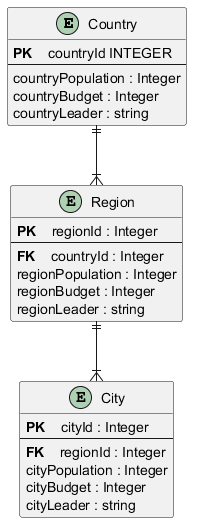
The PlantUML diagram FirstTaskProj/docs/ERD.png in RoboAv/ITE, before a commit.
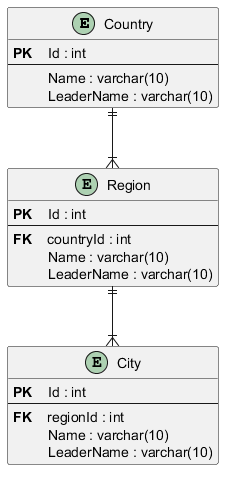
The same file after the commit.

The edit, as a diff of the source:
```diff
@@ -2,37 +2,34 @@
 
 skinparam linetype ortho
 
-!define Table(name,desc) class name as "desc" << (T,#FFAAAA) >>
 !define primary_key(x) <b>PK</b>    x
 !define foreign_key(x) <b>FK</b>    x
+!define field(x) \t x
 !define not_null(x) <u>x</u>
 hide methods
 hide stereotypes
 
 entity "Country" {
-    primary_key(countryId) INTEGER
+    primary_key(Id) : int
     --
-    countryPopulation : Integer
-    countryBudget : Integer
-    countryLeader : string
+    field(Name) : varchar(10)
+    field(LeaderName) : varchar(10)
 }
 
 entity "Region" {
-    primary_key(regionId) : Integer
+    primary_key(Id) : int
     --
-    foreign_key(countryId) : Integer
-    regionPopulation : Integer
-    regionBudget : Integer
-    regionLeader : string
+    foreign_key(countryId) : int
+    field(Name) : varchar(10)
+    field(LeaderName) : varchar(10)
 }
 
 entity "City" {
-    primary_key(cityId) : Integer
+    primary_key(Id) : int
     --
-    foreign_key(regionId) : Integer
-    cityPopulation : Integer
-    cityBudget : Integer
-    cityLeader : string
+    foreign_key(regionId) : int
+    field(Name) : varchar(10)
+    field(LeaderName) : varchar(10)
 }
 
 Country ||--|{ Region
```
